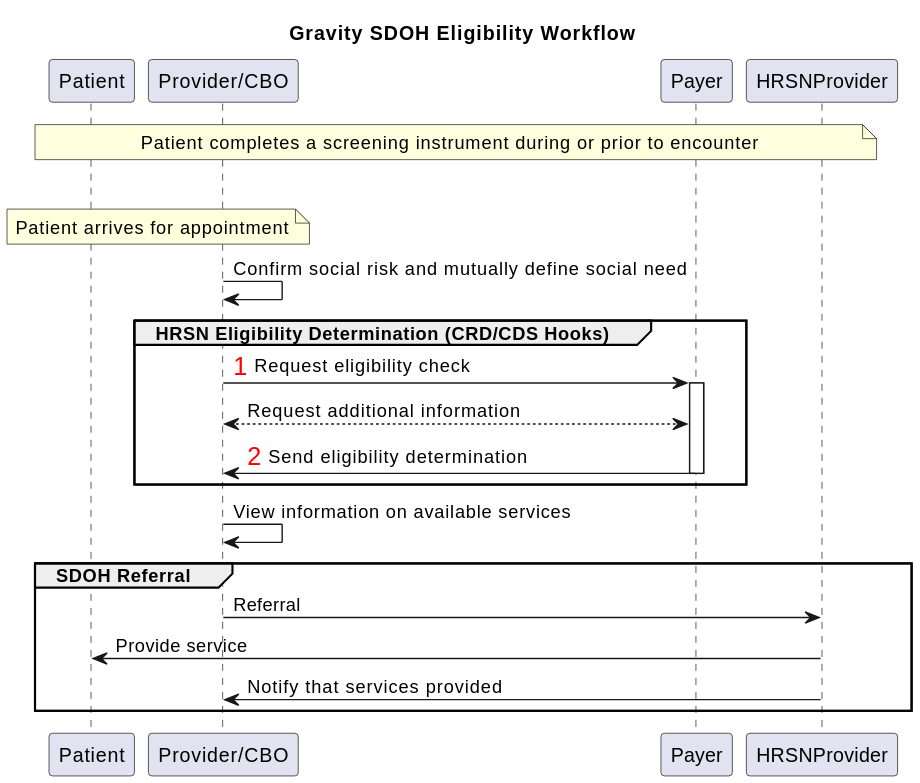
This is gravity_workflow.svg from Gravity-SDOHCC/supplemental-benefits-check-connectathon, a PlantUML export, as it was before one commit. Source of this version:
```plantuml
@startuml
title Gravity SDOH Eligibility Workflow

participant Patient
participant "Provider/CBO" as Provider
participant Payer
participant HRSNProvider

note across: Patient completes a screening instrument during or prior to encounter
|||
note over Provider, Patient: Patient arrives for appointment
Provider -> Provider: Confirm social risk and mutually define social need
group HRSN Eligibility Determination (CRD/CDS Hooks)
  autonumber 1 "<font color=red size=18>"
  Provider -> Payer: Request eligibility check
  autonumber stop
  activate Payer

  Payer <--> Provider: Request additional information

  autonumber 2 "<font color=red size=18>"
  Payer -> Provider: Send eligibility determination
  autonumber stop
  deactivate Payer
end
Provider -> Provider: View information on available services

group SDOH Referral
  Provider -> HRSNProvider: Referral
  HRSNProvider -> Patient: Provide service
  HRSNProvider -> Provider: Notify that services provided
end
@enduml
```
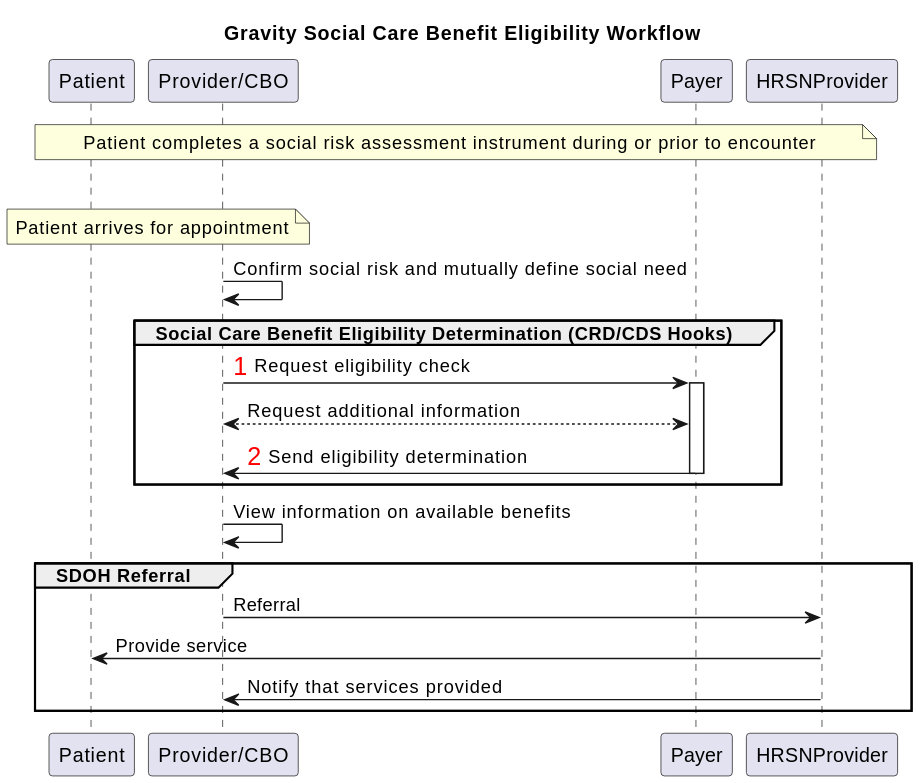
Later version of the same file.

Commit message:
update diagram language

Change to the diagram source:
```diff
@@ -1,16 +1,16 @@
 @startuml
-title Gravity SDOH Eligibility Workflow
+title Gravity Social Care Benefit Eligibility Workflow
 
 participant Patient
 participant "Provider/CBO" as Provider
 participant Payer
 participant HRSNProvider
 
-note across: Patient completes a screening instrument during or prior to encounter
+note across: Patient completes a social risk assessment instrument during or prior to encounter
 |||
 note over Provider, Patient: Patient arrives for appointment
 Provider -> Provider: Confirm social risk and mutually define social need
-group HRSN Eligibility Determination (CRD/CDS Hooks)
+group Social Care Benefit Eligibility Determination (CRD/CDS Hooks)
   autonumber 1 "<font color=red size=18>"
   Provider -> Payer: Request eligibility check
   autonumber stop
@@ -23,7 +23,7 @@
   autonumber stop
   deactivate Payer
 end
-Provider -> Provider: View information on available services
+Provider -> Provider: View information on available benefits
 
 group SDOH Referral
   Provider -> HRSNProvider: Referral
```
